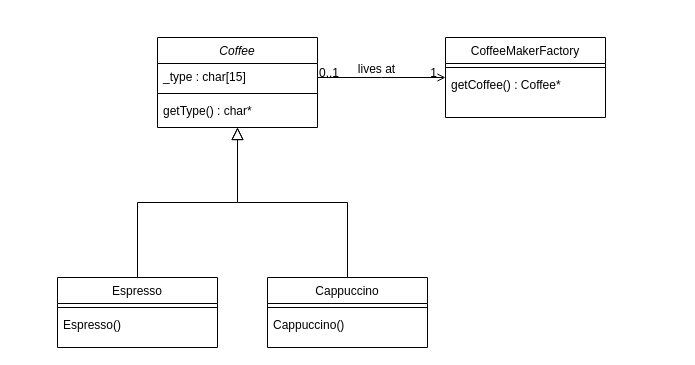
The draw.io diagram Untitled Diagram.drawio in sachinpalande/Design-Patterns, before the edit. Source tidied: cells renumbered, new cells numbered last; positions are measured from the earlier drawing's top-left corner, leaving out a move shared by most shapes. Both pictures are drawn from the tidied source at 100%, with x=0, y=0 at pixel (57, 37).
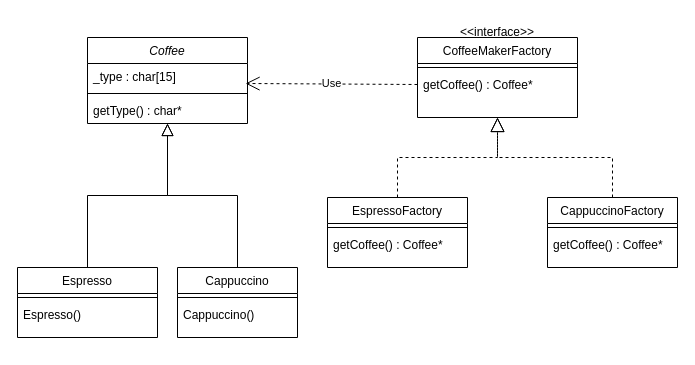
The same diagram, later.

The change refers to these unchanged cells:
```xml
<mxCell id="3" value="_type : char[15]" style="text;align=left;verticalAlign=top;spacingLeft=4;spacingRight=4;overflow=hidden;points=[[0,0.5],[1,0.5]];portConstraint=eastwest;" parent="2" vertex="1">
  <mxGeometry y="26" width="160" height="26" as="geometry" />
</mxCell>
```

The edit, as a diff of the source:
```diff
@@
     <mxCell id="2" value="Coffee" style="swimlane;fontStyle=2;align=center;verticalAlign=top;horizontal=1;startSize=26;rounded=0;shadow=0;strokeWidth=1;" parent="1" vertex="1">
-      <mxGeometry x="100" width="160" height="90" as="geometry" />
+      <mxGeometry x="30" width="160" height="86" as="geometry" />
     </mxCell>
@@
     <mxCell id="6" value="Espresso" style="swimlane;fontStyle=0;align=center;verticalAlign=top;horizontal=1;startSize=26;rounded=0;shadow=0;strokeWidth=1;" parent="1" vertex="1">
-      <mxGeometry y="240" width="160" height="70" as="geometry" />
+      <mxGeometry x="-40" y="230" width="140" height="70" as="geometry" />
     </mxCell>
     <mxCell id="7" style="line;html=1;strokeWidth=1;align=left;verticalAlign=middle;spacingTop=-1;spacingLeft=3;spacingRight=3;labelPosition=right;" parent="6" vertex="1">
-      <mxGeometry y="26" width="160" height="8" as="geometry" />
+      <mxGeometry y="26" width="140" height="8" as="geometry" />
     </mxCell>
     <mxCell id="8" value="Espresso()" style="text;align=left;verticalAlign=top;spacingLeft=4;spacingRight=4;overflow=hidden;" parent="6" vertex="1">
-      <mxGeometry y="34" width="160" height="26" as="geometry" />
+      <mxGeometry y="34" width="140" height="26" as="geometry" />
     </mxCell>
@@
     <mxCell id="10" value="Cappuccino" style="swimlane;fontStyle=0;align=center;verticalAlign=top;horizontal=1;startSize=26;rounded=0;shadow=0;strokeWidth=1;" parent="1" vertex="1">
-      <mxGeometry x="210" y="240" width="160" height="70" as="geometry" />
+      <mxGeometry x="120" y="230" width="120" height="70" as="geometry" />
     </mxCell>
     <mxCell id="11" style="line;html=1;strokeWidth=1;align=left;verticalAlign=middle;spacingTop=-1;spacingLeft=3;spacingRight=3;labelPosition=right;" parent="10" vertex="1">
-      <mxGeometry y="26" width="160" height="8" as="geometry" />
+      <mxGeometry y="26" width="120" height="8" as="geometry" />
     </mxCell>
     <mxCell id="12" value="Cappuccino()" style="text;align=left;verticalAlign=top;spacingLeft=4;spacingRight=4;overflow=hidden;" parent="10" vertex="1">
-      <mxGeometry y="34" width="160" height="26" as="geometry" />
+      <mxGeometry y="34" width="120" height="26" as="geometry" />
     </mxCell>
@@
     <mxCell id="14" value="CoffeeMakerFactory" style="swimlane;fontStyle=0;align=center;verticalAlign=top;horizontal=1;startSize=26;rounded=0;shadow=0;strokeWidth=1;" parent="1" vertex="1">
-      <mxGeometry x="388" width="160" height="80" as="geometry" />
+      <mxGeometry x="360" width="160" height="80" as="geometry" />
     </mxCell>
@@
-    <mxCell id="17" style="endArrow=open;shadow=0;strokeWidth=1;rounded=0;endFill=1;edgeStyle=elbowEdgeStyle;elbow=vertical;" parent="1" edge="1" source="2" target="14">
-      <mxGeometry x="0.5" y="41" relative="1" as="geometry">
-        <mxPoint x="-40" y="32" as="offset" />
-      </mxGeometry>
-    </mxCell>
-    <mxCell id="18" value="0..1" style="align=left;verticalAlign=bottom;labelBackgroundColor=none;fontSize=12;" parent="17" vertex="1">
-      <mxGeometry x="-1" relative="1" as="geometry">
-        <mxPoint y="4" as="offset" />
-      </mxGeometry>
-    </mxCell>
-    <mxCell id="19" value="1" style="align=right;verticalAlign=bottom;labelBackgroundColor=none;fontSize=12;" parent="17" vertex="1">
-      <mxGeometry x="1" relative="1" as="geometry">
-        <mxPoint x="-7" y="4" as="offset" />
-      </mxGeometry>
-    </mxCell>
-    <mxCell id="20" value="lives at" style="text;html=1;align=center;verticalAlign=middle;labelBackgroundColor=none;rounded=0;shadow=0;strokeWidth=1;fontSize=12;" parent="17" vertex="1">
-      <mxGeometry x="0.5" y="49" relative="1" as="geometry">
-        <mxPoint x="-38" y="40" as="offset" />
-      </mxGeometry>
-    </mxCell>
+    <mxCell id="21" value="EspressoFactory" style="swimlane;fontStyle=0;align=center;verticalAlign=top;horizontal=1;startSize=26;rounded=0;shadow=0;strokeWidth=1;" parent="1" vertex="1">
+      <mxGeometry x="270" y="160" width="140" height="70" as="geometry" />
+    </mxCell>
+    <mxCell id="22" style="line;html=1;strokeWidth=1;align=left;verticalAlign=middle;spacingTop=-1;spacingLeft=3;spacingRight=3;labelPosition=right;" parent="21" vertex="1">
+      <mxGeometry y="26" width="140" height="8" as="geometry" />
+    </mxCell>
+    <mxCell id="23" value="getCoffee() : Coffee*" style="text;align=left;verticalAlign=top;spacingLeft=4;spacingRight=4;overflow=hidden;" parent="21" vertex="1">
+      <mxGeometry y="34" width="140" height="26" as="geometry" />
+    </mxCell>
+    <mxCell id="24" value="CappuccinoFactory" style="swimlane;fontStyle=0;align=center;verticalAlign=top;horizontal=1;startSize=26;rounded=0;shadow=0;strokeWidth=1;" parent="1" vertex="1">
+      <mxGeometry x="490" y="160" width="130" height="70" as="geometry" />
+    </mxCell>
+    <mxCell id="25" style="line;html=1;strokeWidth=1;align=left;verticalAlign=middle;spacingTop=-1;spacingLeft=3;spacingRight=3;labelPosition=right;" parent="24" vertex="1">
+      <mxGeometry y="26" width="130" height="8" as="geometry" />
+    </mxCell>
+    <mxCell id="26" value="getCoffee() : Coffee*" style="text;align=left;verticalAlign=top;spacingLeft=4;spacingRight=4;overflow=hidden;" parent="24" vertex="1">
+      <mxGeometry y="34" width="130" height="26" as="geometry" />
+    </mxCell>
+    <mxCell id="27" style="endArrow=block;dashed=1;endFill=0;endSize=12;html=1;rounded=0;entryX=0.5;entryY=1;entryDx=0;entryDy=0;exitX=0.5;exitY=0;exitDx=0;exitDy=0;" parent="1" edge="1" source="21" target="14">
+      <mxGeometry relative="1" as="geometry">
+        <Array as="points">
+          <mxPoint x="340" y="120" />
+          <mxPoint x="440" y="120" />
+        </Array>
+      </mxGeometry>
+    </mxCell>
+    <mxCell id="28" style="endArrow=block;dashed=1;endFill=0;endSize=12;html=1;rounded=0;exitX=0.5;exitY=0;exitDx=0;exitDy=0;" parent="1" edge="1" source="24">
+      <mxGeometry relative="1" as="geometry">
+        <mxPoint x="440" y="80" as="targetPoint" />
+        <Array as="points">
+          <mxPoint x="555" y="120" />
+          <mxPoint x="440" y="120" />
+        </Array>
+      </mxGeometry>
+    </mxCell>
+    <mxCell id="29" value="Use" style="endArrow=open;endSize=12;dashed=1;html=1;rounded=0;entryX=0.988;entryY=0.769;entryDx=0;entryDy=0;entryPerimeter=0;" parent="1" edge="1" target="3">
+      <mxGeometry relative="1" as="geometry">
+        <mxPoint x="360" y="47" as="sourcePoint" />
+      </mxGeometry>
+    </mxCell>
+    <mxCell id="30" value="&amp;lt;&amp;lt;interface&amp;gt;&amp;gt;" style="text;html=1;strokeColor=none;fillColor=none;align=center;verticalAlign=middle;whiteSpace=wrap;rounded=0;" parent="1" vertex="1">
+      <mxGeometry x="410" y="-20" width="60" height="30" as="geometry" />
+    </mxCell>
```
